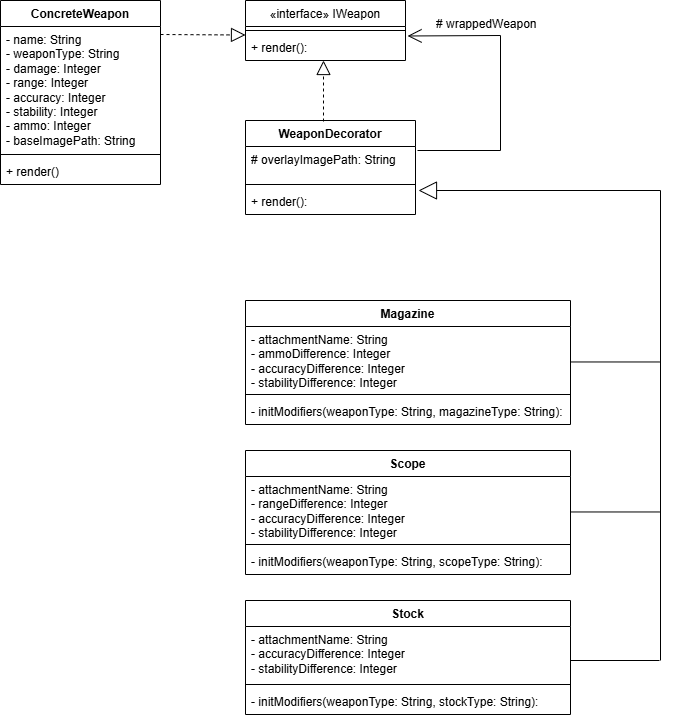
Before: lab02/ClassDiagram.png, a diagram exported from draw.io (eksbatuk/Object-oriented-analysis-and-design-2). Source tidied: cells renumbered, new cells last; positions are measured from the earlier drawing's top-left corner, leaving out a move shared by most shapes.
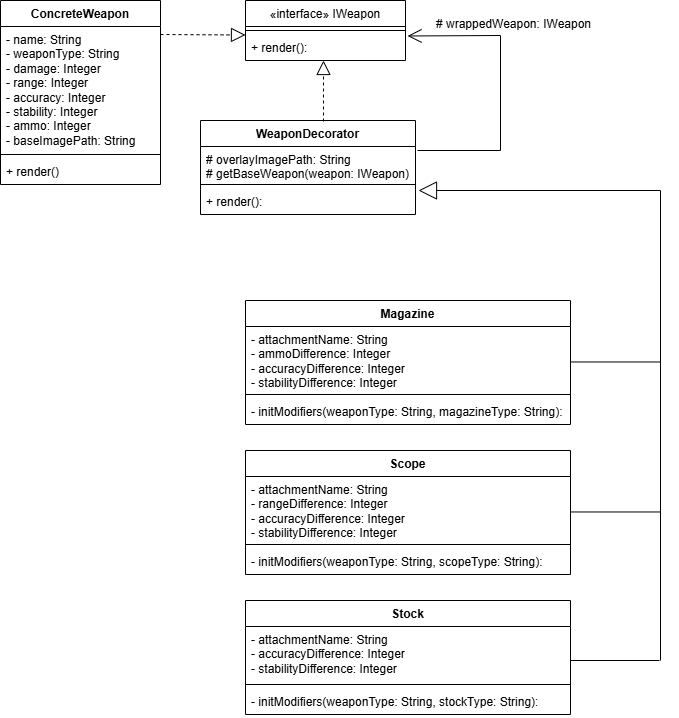
Later version of the same file.

What changed in the source:
```diff
@@ -14,29 +14,29 @@
     <mxCell id="5" value="ConcreteWeapon" style="swimlane;fontStyle=1;align=center;verticalAlign=top;horizontal=1;startSize=26;whiteSpace=wrap;html=1;" parent="1" vertex="1">
       <mxGeometry width="160" height="184" as="geometry" />
     </mxCell>
-    <mxCell id="6" value="&lt;div&gt;&lt;span style=&quot;&quot;&gt;- name: String&lt;/span&gt;&lt;/div&gt;&lt;div&gt;&lt;span style=&quot;&quot;&gt;- weaponType: String&lt;/span&gt;&lt;/div&gt;&lt;div&gt;&lt;span style=&quot;&quot;&gt;- damage: Integer&lt;/span&gt;&lt;/div&gt;&lt;div&gt;&lt;span style=&quot;&quot;&gt;- range: Integer&lt;/span&gt;&lt;/div&gt;&lt;div&gt;&lt;span style=&quot;&quot;&gt;- accuracy: Integer&lt;/span&gt;&lt;/div&gt;&lt;div&gt;&lt;span style=&quot;&quot;&gt;- stability: Integer&lt;/span&gt;&lt;/div&gt;&lt;div&gt;&lt;span style=&quot;&quot;&gt;- ammo: Integer&lt;/span&gt;&lt;/div&gt;&lt;div&gt;&lt;span style=&quot;&quot;&gt;- baseImagePath: String&lt;/span&gt;&lt;/div&gt;" style="text;align=left;verticalAlign=top;spacingLeft=4;spacingRight=4;overflow=hidden;whiteSpace=wrap;html=1;labelBackgroundColor=none;" parent="5" vertex="1">
+    <mxCell id="6" value="&lt;div&gt;- name: String&lt;/div&gt;&lt;div&gt;- weaponType: String&lt;/div&gt;&lt;div&gt;- damage: Integer&lt;/div&gt;&lt;div&gt;- range: Integer&lt;/div&gt;&lt;div&gt;- accuracy: Integer&lt;/div&gt;&lt;div&gt;- stability: Integer&lt;/div&gt;&lt;div&gt;- ammo: Integer&lt;/div&gt;&lt;div&gt;- baseImagePath: String&lt;/div&gt;" style="text;strokeColor=none;fillColor=none;align=left;verticalAlign=top;spacingLeft=4;spacingRight=4;overflow=hidden;whiteSpace=wrap;html=1;" parent="5" vertex="1">
       <mxGeometry y="26" width="160" height="124" as="geometry" />
     </mxCell>
     <mxCell id="7" style="line;strokeWidth=1;fillColor=none;align=left;verticalAlign=middle;spacingTop=-1;spacingLeft=3;spacingRight=3;labelPosition=right;strokeColor=inherit;" parent="5" vertex="1">
       <mxGeometry y="150" width="160" height="8" as="geometry" />
     </mxCell>
-    <mxCell id="8" value="&lt;span&gt;+ render()&lt;/span&gt;" style="text;strokeColor=none;fillColor=none;align=left;verticalAlign=top;spacingLeft=4;spacingRight=4;overflow=hidden;whiteSpace=wrap;html=1;" parent="5" vertex="1">
+    <mxCell id="8" value="+ render()" style="text;strokeColor=none;fillColor=none;align=left;verticalAlign=top;spacingLeft=4;spacingRight=4;overflow=hidden;whiteSpace=wrap;html=1;" parent="5" vertex="1">
       <mxGeometry y="158" width="160" height="26" as="geometry" />
     </mxCell>
     <mxCell id="9" style="text;html=1;align=center;verticalAlign=middle;" parent="1" vertex="1">
       <mxGeometry x="328" y="254" width="50" height="30" as="geometry" />
     </mxCell>
     <mxCell id="10" value="WeaponDecorator" style="swimlane;fontStyle=1;align=center;verticalAlign=top;horizontal=1;startSize=26;whiteSpace=wrap;html=1;" parent="1" vertex="1">
-      <mxGeometry x="245" y="120" width="170" height="94" as="geometry" />
+      <mxGeometry x="200" y="120" width="215" height="94" as="geometry" />
     </mxCell>
-    <mxCell id="11" value="&lt;div&gt;# overlayImagePath: String&lt;/div&gt;" style="text;strokeColor=none;fillColor=none;align=left;verticalAlign=top;spacingLeft=4;spacingRight=4;overflow=hidden;whiteSpace=wrap;html=1;" parent="10" vertex="1">
-      <mxGeometry y="26" width="170" height="34" as="geometry" />
+    <mxCell id="11" value="&lt;div&gt;# overlayImagePath: String&lt;/div&gt;&lt;div&gt;# getBaseWeapon(weapon: IWeapon)&lt;/div&gt;" style="text;strokeColor=none;fillColor=none;align=left;verticalAlign=top;spacingLeft=4;spacingRight=4;overflow=hidden;whiteSpace=wrap;html=1;" parent="10" vertex="1">
+      <mxGeometry y="26" width="215" height="34" as="geometry" />
     </mxCell>
     <mxCell id="12" style="line;strokeWidth=1;fillColor=none;align=left;verticalAlign=middle;spacingTop=-1;spacingLeft=3;spacingRight=3;labelPosition=right;strokeColor=inherit;" parent="10" vertex="1">
-      <mxGeometry y="60" width="170" height="8" as="geometry" />
+      <mxGeometry y="60" width="215" height="8" as="geometry" />
     </mxCell>
     <mxCell id="13" value="+ render():" style="text;strokeColor=none;fillColor=none;align=left;verticalAlign=top;spacingLeft=4;spacingRight=4;overflow=hidden;whiteSpace=wrap;html=1;" parent="10" vertex="1">
-      <mxGeometry y="68" width="170" height="26" as="geometry" />
+      <mxGeometry y="68" width="215" height="26" as="geometry" />
     </mxCell>
     <mxCell id="14" value="Magazine" style="swimlane;fontStyle=1;align=center;verticalAlign=top;horizontal=1;startSize=26;whiteSpace=wrap;html=1;" parent="1" vertex="1">
       <mxGeometry x="245" y="300" width="325" height="124" as="geometry" />
@@ -122,8 +122,8 @@
         <mxPoint x="245" y="34.5" as="targetPoint" />
       </mxGeometry>
     </mxCell>
-    <mxCell id="33" value="# wrappedWeapon" style="text;strokeColor=none;fillColor=none;align=left;verticalAlign=top;spacingLeft=4;spacingRight=4;overflow=hidden;whiteSpace=wrap;html=1;" parent="1" vertex="1">
-      <mxGeometry x="430" y="10" width="120" height="26" as="geometry" />
+    <mxCell id="33" value="# wrappedWeapon: IWeapon" style="text;strokeColor=none;fillColor=none;align=left;verticalAlign=top;spacingLeft=4;spacingRight=4;overflow=hidden;whiteSpace=wrap;html=1;" parent="1" vertex="1">
+      <mxGeometry x="430" y="10" width="180" height="26" as="geometry" />
     </mxCell>
   </root>
 </mxGraphModel>
```
